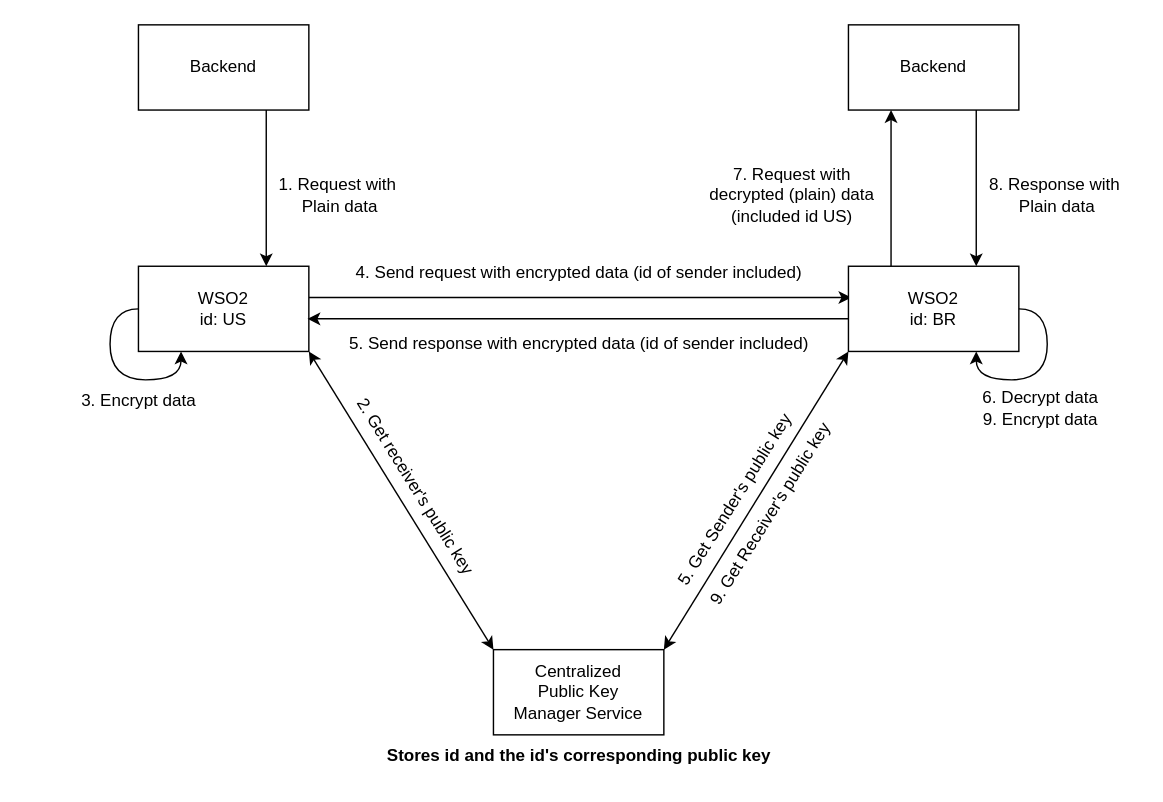
The draw.io diagram test.drawio in tenmo2003/OOAD, before the edit. Source tidied: cells renumbered, new cells numbered last; positions are measured from the earlier drawing's top-left corner, leaving out a move shared by most shapes. Both pictures are drawn from the tidied source at 142%, with x=0, y=0 at pixel (67, 24).
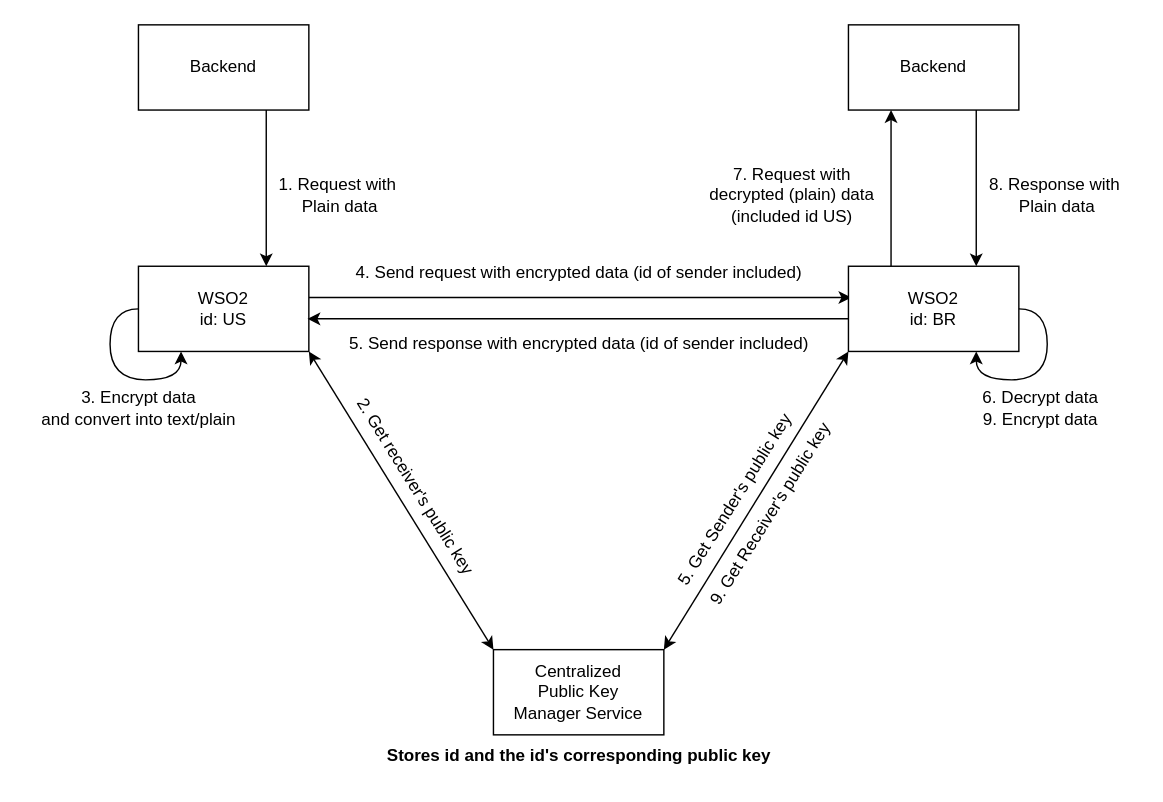
The same page after the edit.

Change to the diagram source:
```diff
@@
-    <mxCell id="16" value="&lt;span id=&quot;selected_text&quot;&gt;&lt;/span&gt;3. Encrypt data" style="text;html=1;align=center;verticalAlign=middle;strokeColor=none;fillColor=none;" parent="1" vertex="1">
-      <mxGeometry y="250" width="100" height="30" as="geometry" />
+    <mxCell id="16" value="&lt;span id=&quot;selected_text&quot;&gt;&lt;/span&gt;&lt;span id=&quot;selected_text&quot;&gt;&lt;/span&gt;&lt;span id=&quot;selected_text&quot;&gt;&lt;/span&gt;&lt;span id=&quot;selected_text&quot;&gt;&lt;/span&gt;&lt;span id=&quot;selected_text&quot;&gt;&lt;/span&gt;3. Encrypt data&lt;br&gt;and convert into text/plain" style="text;html=1;align=center;verticalAlign=middle;strokeColor=none;fillColor=none;" parent="1" vertex="1">
+      <mxGeometry x="-30" y="250" width="160" height="40" as="geometry" />
     </mxCell>
```
